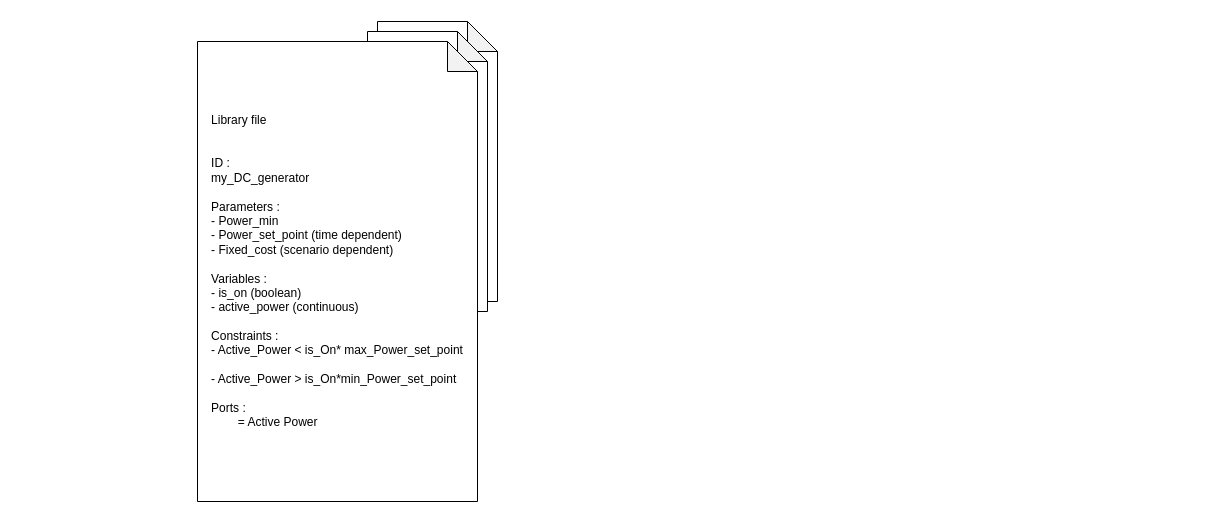
Before: doc/assets/6_architecture_scheme.drawio in AntaresSimulatorTeam/GEMS, a draw.io diagram. Source tidied: cells renumbered, new cells numbered last; positions are measured from the earlier drawing's top-left corner, leaving out a move shared by most shapes. Both pictures are drawn from the tidied source at 100%, with x=0, y=0 at pixel (197, 21).
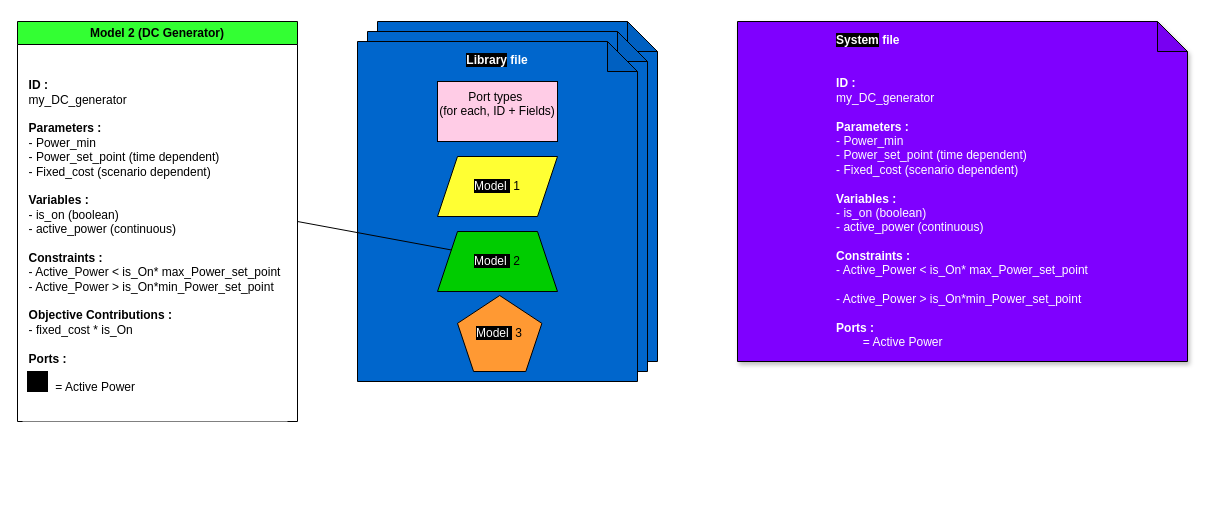
The same diagram, later.

Commit message:
edi architecture diagram

The edit, as a diff of the source:
```diff
@@
 <mxGraphModel>
   <root>
     <mxCell id="0" />
     <mxCell id="1" parent="0" />
-    <mxCell id="2" style="shape=note;whiteSpace=wrap;html=1;backgroundOutline=1;darkOpacity=0.05;" parent="1" vertex="1">
-      <mxGeometry x="180" width="120" height="280" as="geometry" />
+    <mxCell id="2" style="shape=note;whiteSpace=wrap;html=1;backgroundOutline=1;darkOpacity=0.05;fillColor=#0066CC;" parent="1" vertex="1">
+      <mxGeometry x="180" width="280" height="340" as="geometry" />
     </mxCell>
-    <mxCell id="3" style="shape=note;whiteSpace=wrap;html=1;backgroundOutline=1;darkOpacity=0.05;" parent="1" vertex="1">
-      <mxGeometry x="170" y="10" width="120" height="280" as="geometry" />
+    <mxCell id="3" style="shape=note;whiteSpace=wrap;html=1;backgroundOutline=1;darkOpacity=0.05;fillColor=#0066CC;" parent="1" vertex="1">
+      <mxGeometry x="170" y="10" width="280" height="340" as="geometry" />
     </mxCell>
-    <mxCell id="4" value="&lt;div style=&quot;text-align: left;&quot;&gt;&lt;span style=&quot;background-color: transparent; color: light-dark(rgb(0, 0, 0), rgb(255, 255, 255));&quot;&gt;Library file&amp;nbsp; &amp;nbsp;&amp;nbsp;&lt;/span&gt;&lt;/div&gt;&lt;div style=&quot;text-align: left;&quot;&gt;&lt;br&gt;&lt;/div&gt;&lt;div style=&quot;text-align: left;&quot;&gt;&lt;br&gt;&lt;/div&gt;&lt;div style=&quot;text-align: left;&quot;&gt;ID :&lt;/div&gt;&lt;div style=&quot;text-align: left;&quot;&gt;my_DC_generator&lt;/div&gt;&lt;div style=&quot;text-align: left;&quot;&gt;&lt;br&gt;&lt;/div&gt;&lt;div style=&quot;text-align: left;&quot;&gt;Parameters :&lt;/div&gt;&lt;div style=&quot;text-align: left;&quot;&gt;- Power_min&lt;/div&gt;&lt;div style=&quot;text-align: left;&quot;&gt;- Power_set_point (time dependent)&lt;/div&gt;&lt;div style=&quot;text-align: left;&quot;&gt;- Fixed_cost (scenario dependent)&lt;/div&gt;&lt;div style=&quot;text-align: left;&quot;&gt;&lt;br&gt;&lt;/div&gt;&lt;div style=&quot;text-align: left;&quot;&gt;Variables :&lt;/div&gt;&lt;div style=&quot;text-align: left;&quot;&gt;- is_on (boolean)&lt;/div&gt;&lt;div style=&quot;text-align: left;&quot;&gt;- active_power (continuous)&lt;/div&gt;&lt;div style=&quot;text-align: left;&quot;&gt;&lt;br&gt;&lt;/div&gt;&lt;div style=&quot;text-align: left;&quot;&gt;Constraints :&lt;/div&gt;&lt;div style=&quot;text-align: left;&quot;&gt;&lt;div&gt;- Active_Power &amp;lt; is_On* max_Power_set_point&lt;/div&gt;&lt;div&gt;&lt;br&gt;&lt;/div&gt;&lt;div&gt;- Active_Power &amp;gt; is_On*min_Power_set_point&lt;/div&gt;&lt;div&gt;&lt;br&gt;&lt;/div&gt;&lt;div&gt;Ports :&lt;/div&gt;&lt;div&gt;&lt;span style=&quot;white-space: pre;&quot;&gt;&#9;&lt;/span&gt;= Active Power&lt;br&gt;&lt;/div&gt;&lt;/div&gt;" style="shape=note;whiteSpace=wrap;html=1;backgroundOutline=1;darkOpacity=0.05;" parent="1" vertex="1">
-      <mxGeometry y="20" width="280" height="460" as="geometry" />
+    <mxCell id="4" value="&lt;div style=&quot;&quot;&gt;&lt;font style=&quot;color: rgb(255, 255, 255);&quot;&gt;&lt;b style=&quot;&quot;&gt;&lt;span style=&quot;background-color: rgb(0, 0, 0);&quot;&gt;&lt;font style=&quot;&quot;&gt;Library&lt;/font&gt;&lt;/span&gt;&lt;font style=&quot;&quot;&gt; file&lt;/font&gt;&lt;/b&gt;&lt;/font&gt;&lt;/div&gt;&lt;div style=&quot;&quot;&gt;&lt;font style=&quot;color: rgb(255, 255, 255);&quot;&gt;&lt;b style=&quot;&quot;&gt;&lt;font style=&quot;&quot;&gt;&lt;br&gt;&lt;/font&gt;&lt;/b&gt;&lt;/font&gt;&lt;/div&gt;&lt;div style=&quot;&quot;&gt;&lt;font style=&quot;color: rgb(255, 255, 255);&quot;&gt;&lt;b style=&quot;&quot;&gt;&lt;font style=&quot;&quot;&gt;&lt;br&gt;&lt;/font&gt;&lt;/b&gt;&lt;/font&gt;&lt;/div&gt;&lt;div style=&quot;&quot;&gt;&lt;font style=&quot;color: rgb(255, 255, 255);&quot;&gt;&lt;b style=&quot;&quot;&gt;&lt;font style=&quot;&quot;&gt;&lt;br&gt;&lt;/font&gt;&lt;/b&gt;&lt;/font&gt;&lt;/div&gt;&lt;div style=&quot;&quot;&gt;&lt;font style=&quot;color: rgb(255, 255, 255);&quot;&gt;&lt;b style=&quot;&quot;&gt;&lt;font style=&quot;&quot;&gt;&lt;br&gt;&lt;/font&gt;&lt;/b&gt;&lt;/font&gt;&lt;/div&gt;&lt;div style=&quot;&quot;&gt;&lt;font style=&quot;color: rgb(255, 255, 255);&quot;&gt;&lt;b style=&quot;&quot;&gt;&lt;font style=&quot;&quot;&gt;&lt;br&gt;&lt;/font&gt;&lt;/b&gt;&lt;/font&gt;&lt;/div&gt;&lt;div style=&quot;&quot;&gt;&lt;font style=&quot;color: rgb(255, 255, 255);&quot;&gt;&lt;b style=&quot;&quot;&gt;&lt;font style=&quot;&quot;&gt;&lt;br&gt;&lt;/font&gt;&lt;/b&gt;&lt;/font&gt;&lt;/div&gt;&lt;div style=&quot;&quot;&gt;&lt;font style=&quot;color: rgb(255, 255, 255);&quot;&gt;&lt;b style=&quot;&quot;&gt;&lt;font style=&quot;&quot;&gt;&lt;br&gt;&lt;/font&gt;&lt;/b&gt;&lt;/font&gt;&lt;/div&gt;&lt;div style=&quot;&quot;&gt;&lt;font style=&quot;color: rgb(255, 255, 255);&quot;&gt;&lt;b style=&quot;&quot;&gt;&lt;font style=&quot;&quot;&gt;&lt;br&gt;&lt;/font&gt;&lt;/b&gt;&lt;/font&gt;&lt;/div&gt;&lt;div style=&quot;&quot;&gt;&lt;font style=&quot;color: rgb(255, 255, 255);&quot;&gt;&lt;b style=&quot;&quot;&gt;&lt;font style=&quot;&quot;&gt;&lt;br&gt;&lt;/font&gt;&lt;/b&gt;&lt;/font&gt;&lt;/div&gt;&lt;div style=&quot;&quot;&gt;&lt;font style=&quot;color: rgb(255, 255, 255);&quot;&gt;&lt;b style=&quot;&quot;&gt;&lt;font style=&quot;&quot;&gt;&lt;br&gt;&lt;/font&gt;&lt;/b&gt;&lt;/font&gt;&lt;/div&gt;&lt;div style=&quot;&quot;&gt;&lt;font style=&quot;color: rgb(255, 255, 255);&quot;&gt;&lt;b style=&quot;&quot;&gt;&lt;font style=&quot;&quot;&gt;&lt;br&gt;&lt;/font&gt;&lt;/b&gt;&lt;/font&gt;&lt;/div&gt;&lt;div style=&quot;&quot;&gt;&lt;font style=&quot;color: rgb(255, 255, 255);&quot;&gt;&lt;b style=&quot;&quot;&gt;&lt;font style=&quot;&quot;&gt;&lt;br&gt;&lt;/font&gt;&lt;/b&gt;&lt;/font&gt;&lt;/div&gt;&lt;div style=&quot;&quot;&gt;&lt;font style=&quot;color: rgb(255, 255, 255);&quot;&gt;&lt;b style=&quot;&quot;&gt;&lt;font style=&quot;&quot;&gt;&lt;br&gt;&lt;/font&gt;&lt;/b&gt;&lt;/font&gt;&lt;/div&gt;&lt;div style=&quot;&quot;&gt;&lt;font style=&quot;color: rgb(255, 255, 255);&quot;&gt;&lt;b style=&quot;&quot;&gt;&lt;font style=&quot;&quot;&gt;&lt;br&gt;&lt;/font&gt;&lt;/b&gt;&lt;/font&gt;&lt;/div&gt;&lt;div style=&quot;&quot;&gt;&lt;font style=&quot;color: rgb(255, 255, 255);&quot;&gt;&lt;b style=&quot;&quot;&gt;&lt;font style=&quot;&quot;&gt;&lt;br&gt;&lt;/font&gt;&lt;/b&gt;&lt;/font&gt;&lt;/div&gt;&lt;div style=&quot;&quot;&gt;&lt;font style=&quot;color: rgb(255, 255, 255);&quot;&gt;&lt;b style=&quot;&quot;&gt;&lt;font style=&quot;&quot;&gt;&lt;br&gt;&lt;/font&gt;&lt;/b&gt;&lt;/font&gt;&lt;/div&gt;&lt;div style=&quot;&quot;&gt;&lt;font style=&quot;color: rgb(255, 255, 255);&quot;&gt;&lt;b style=&quot;&quot;&gt;&lt;font style=&quot;&quot;&gt;&lt;br&gt;&lt;/font&gt;&lt;/b&gt;&lt;/font&gt;&lt;/div&gt;&lt;div style=&quot;&quot;&gt;&lt;font style=&quot;color: rgb(255, 255, 255);&quot;&gt;&lt;b style=&quot;&quot;&gt;&lt;font style=&quot;&quot;&gt;&lt;br&gt;&lt;/font&gt;&lt;/b&gt;&lt;/font&gt;&lt;/div&gt;&lt;div style=&quot;&quot;&gt;&lt;font style=&quot;color: rgb(255, 255, 255);&quot;&gt;&lt;b style=&quot;&quot;&gt;&lt;font style=&quot;&quot;&gt;&lt;br&gt;&lt;/font&gt;&lt;/b&gt;&lt;/font&gt;&lt;/div&gt;&lt;div style=&quot;&quot;&gt;&lt;font style=&quot;color: rgb(255, 255, 255);&quot;&gt;&lt;b style=&quot;&quot;&gt;&lt;font style=&quot;&quot;&gt;&lt;br&gt;&lt;/font&gt;&lt;/b&gt;&lt;/font&gt;&lt;/div&gt;&lt;div style=&quot;&quot;&gt;&lt;font style=&quot;color: rgb(255, 255, 255);&quot;&gt;&lt;b style=&quot;&quot;&gt;&lt;font style=&quot;&quot;&gt;&lt;br&gt;&lt;/font&gt;&lt;/b&gt;&lt;/font&gt;&lt;/div&gt;" style="shape=note;whiteSpace=wrap;html=1;backgroundOutline=1;darkOpacity=0.05;fillColor=#0066CC;align=center;" parent="1" vertex="1">
+      <mxGeometry x="160" y="20" width="280" height="340" as="geometry" />
     </mxCell>
+    <mxCell id="5" value="&lt;div style=&quot;text-align: left;&quot;&gt;&lt;font style=&quot;color: rgb(255, 255, 255);&quot;&gt;&lt;b style=&quot;&quot;&gt;&lt;span style=&quot;background-color: rgb(0, 0, 0);&quot;&gt;&lt;font style=&quot;&quot;&gt;System&lt;/font&gt;&lt;/span&gt;&lt;font style=&quot;&quot;&gt; file&amp;nbsp; &amp;nbsp;&lt;/font&gt;&lt;/b&gt;&lt;font style=&quot;&quot;&gt;&amp;nbsp;&lt;/font&gt;&lt;/font&gt;&lt;/div&gt;&lt;div style=&quot;text-align: left;&quot;&gt;&lt;font style=&quot;color: rgb(255, 255, 255);&quot;&gt;&lt;br&gt;&lt;/font&gt;&lt;/div&gt;&lt;div style=&quot;text-align: left;&quot;&gt;&lt;font style=&quot;color: rgb(255, 255, 255);&quot;&gt;&lt;br&gt;&lt;/font&gt;&lt;/div&gt;&lt;div style=&quot;text-align: left;&quot;&gt;&lt;b&gt;&lt;font style=&quot;color: rgb(255, 255, 255);&quot;&gt;ID :&lt;/font&gt;&lt;/b&gt;&lt;/div&gt;&lt;div style=&quot;text-align: left;&quot;&gt;&lt;font style=&quot;color: rgb(255, 255, 255);&quot;&gt;my_DC_generator&lt;/font&gt;&lt;/div&gt;&lt;div style=&quot;text-align: left;&quot;&gt;&lt;font style=&quot;color: rgb(255, 255, 255);&quot;&gt;&lt;br&gt;&lt;/font&gt;&lt;/div&gt;&lt;div style=&quot;text-align: left;&quot;&gt;&lt;b&gt;&lt;font style=&quot;color: rgb(255, 255, 255);&quot;&gt;Parameters :&lt;/font&gt;&lt;/b&gt;&lt;/div&gt;&lt;div style=&quot;text-align: left;&quot;&gt;&lt;font style=&quot;color: rgb(255, 255, 255);&quot;&gt;- Power_min&lt;/font&gt;&lt;/div&gt;&lt;div style=&quot;text-align: left;&quot;&gt;&lt;font style=&quot;color: rgb(255, 255, 255);&quot;&gt;- Power_set_point (time dependent)&lt;/font&gt;&lt;/div&gt;&lt;div style=&quot;text-align: left;&quot;&gt;&lt;font style=&quot;color: rgb(255, 255, 255);&quot;&gt;- Fixed_cost (scenario dependent)&lt;/font&gt;&lt;/div&gt;&lt;div style=&quot;text-align: left;&quot;&gt;&lt;font style=&quot;color: rgb(255, 255, 255);&quot;&gt;&lt;br&gt;&lt;/font&gt;&lt;/div&gt;&lt;div style=&quot;text-align: left;&quot;&gt;&lt;b&gt;&lt;font style=&quot;color: rgb(255, 255, 255);&quot;&gt;Variables :&lt;/font&gt;&lt;/b&gt;&lt;/div&gt;&lt;div style=&quot;text-align: left;&quot;&gt;&lt;font style=&quot;color: rgb(255, 255, 255);&quot;&gt;- is_on (boolean)&lt;/font&gt;&lt;/div&gt;&lt;div style=&quot;text-align: left;&quot;&gt;&lt;font style=&quot;color: rgb(255, 255, 255);&quot;&gt;- active_power (continuous)&lt;/font&gt;&lt;/div&gt;&lt;div style=&quot;text-align: left;&quot;&gt;&lt;font style=&quot;color: rgb(255, 255, 255);&quot;&gt;&lt;br&gt;&lt;/font&gt;&lt;/div&gt;&lt;div style=&quot;text-align: left;&quot;&gt;&lt;b&gt;&lt;font style=&quot;color: rgb(255, 255, 255);&quot;&gt;Constraints :&lt;/font&gt;&lt;/b&gt;&lt;/div&gt;&lt;div style=&quot;text-align: left;&quot;&gt;&lt;div&gt;&lt;font style=&quot;color: rgb(255, 255, 255);&quot;&gt;- Active_Power &amp;lt; is_On* max_Power_set_point&lt;/font&gt;&lt;/div&gt;&lt;div&gt;&lt;font style=&quot;color: rgb(255, 255, 255);&quot;&gt;&lt;br&gt;&lt;/font&gt;&lt;/div&gt;&lt;div&gt;&lt;font style=&quot;color: rgb(255, 255, 255);&quot;&gt;- Active_Power &amp;gt; is_On*min_Power_set_point&lt;/font&gt;&lt;/div&gt;&lt;div&gt;&lt;font style=&quot;color: rgb(255, 255, 255);&quot;&gt;&lt;br&gt;&lt;/font&gt;&lt;/div&gt;&lt;div&gt;&lt;b&gt;&lt;font style=&quot;color: rgb(255, 255, 255);&quot;&gt;Ports :&lt;/font&gt;&lt;/b&gt;&lt;/div&gt;&lt;div&gt;&lt;font style=&quot;color: rgb(255, 255, 255);&quot;&gt;&lt;span style=&quot;white-space: pre;&quot;&gt;&#9;&lt;/span&gt;= Active Power&lt;/font&gt;&lt;br&gt;&lt;/div&gt;&lt;/div&gt;" style="shape=note;whiteSpace=wrap;html=1;backgroundOutline=1;darkOpacity=0.05;fillColor=#7F00FF;shadow=1;" parent="1" vertex="1">
+      <mxGeometry x="540" width="450" height="340" as="geometry" />
+    </mxCell>
+    <mxCell id="6" value="Model 2 (DC Generator)" style="swimlane;whiteSpace=wrap;html=1;fillColor=#33FF33;" parent="1" vertex="1">
+      <mxGeometry x="-180" width="280" height="400" as="geometry" />
+    </mxCell>
+    <mxCell id="7" value="&lt;div style=&quot;text-align: left;&quot;&gt;&lt;b style=&quot;background-color: transparent; color: light-dark(rgb(0, 0, 0), rgb(255, 255, 255));&quot;&gt;&lt;font style=&quot;color: rgb(0, 0, 0);&quot;&gt;ID :&lt;/font&gt;&lt;/b&gt;&lt;/div&gt;&lt;div style=&quot;text-align: left;&quot;&gt;&lt;font style=&quot;color: rgb(0, 0, 0);&quot;&gt;my_DC_generator&lt;/font&gt;&lt;/div&gt;&lt;div style=&quot;text-align: left;&quot;&gt;&lt;font style=&quot;color: rgb(0, 0, 0);&quot;&gt;&lt;br&gt;&lt;/font&gt;&lt;/div&gt;&lt;div style=&quot;text-align: left;&quot;&gt;&lt;b&gt;&lt;font style=&quot;color: rgb(0, 0, 0);&quot;&gt;Parameters :&lt;/font&gt;&lt;/b&gt;&lt;/div&gt;&lt;div style=&quot;text-align: left;&quot;&gt;&lt;font style=&quot;color: rgb(0, 0, 0);&quot;&gt;- Power_min&lt;/font&gt;&lt;/div&gt;&lt;div style=&quot;text-align: left;&quot;&gt;&lt;font style=&quot;color: rgb(0, 0, 0);&quot;&gt;- Power_set_point (time dependent)&lt;/font&gt;&lt;/div&gt;&lt;div style=&quot;text-align: left;&quot;&gt;&lt;font style=&quot;color: rgb(0, 0, 0);&quot;&gt;- Fixed_cost (scenario dependent)&lt;/font&gt;&lt;/div&gt;&lt;div style=&quot;text-align: left;&quot;&gt;&lt;font style=&quot;color: rgb(0, 0, 0);&quot;&gt;&lt;br&gt;&lt;/font&gt;&lt;/div&gt;&lt;div style=&quot;text-align: left;&quot;&gt;&lt;b&gt;&lt;font style=&quot;color: rgb(0, 0, 0);&quot;&gt;Variables :&lt;/font&gt;&lt;/b&gt;&lt;/div&gt;&lt;div style=&quot;text-align: left;&quot;&gt;&lt;font style=&quot;color: rgb(0, 0, 0);&quot;&gt;- is_on (boolean)&lt;/font&gt;&lt;/div&gt;&lt;div style=&quot;text-align: left;&quot;&gt;&lt;font style=&quot;color: rgb(0, 0, 0);&quot;&gt;- active_power (continuous)&lt;/font&gt;&lt;/div&gt;&lt;div style=&quot;text-align: left;&quot;&gt;&lt;font style=&quot;color: rgb(0, 0, 0);&quot;&gt;&lt;br&gt;&lt;/font&gt;&lt;/div&gt;&lt;div style=&quot;text-align: left;&quot;&gt;&lt;b&gt;&lt;font style=&quot;color: rgb(0, 0, 0);&quot;&gt;Constraints :&lt;/font&gt;&lt;/b&gt;&lt;/div&gt;&lt;div style=&quot;text-align: left;&quot;&gt;&lt;div&gt;&lt;font style=&quot;color: rgb(0, 0, 0);&quot;&gt;- Active_Power &amp;lt; is_On* max_Power_set_point&lt;/font&gt;&lt;/div&gt;&lt;div&gt;&lt;span style=&quot;background-color: transparent;&quot;&gt;- Active_Power &amp;gt; is_On*min_Power_set_point&lt;/span&gt;&lt;/div&gt;&lt;div&gt;&lt;font style=&quot;color: rgb(0, 0, 0);&quot;&gt;&lt;br&gt;&lt;/font&gt;&lt;/div&gt;&lt;div&gt;&lt;font style=&quot;color: rgb(0, 0, 0);&quot;&gt;&lt;b&gt;Objective Contributions :&lt;/b&gt;&lt;/font&gt;&lt;/div&gt;&lt;div&gt;- fixed_cost * is_On&lt;/div&gt;&lt;div&gt;&lt;font style=&quot;color: rgb(0, 0, 0);&quot;&gt;&lt;br&gt;&lt;/font&gt;&lt;/div&gt;&lt;div&gt;&lt;b&gt;&lt;font style=&quot;color: rgb(0, 0, 0);&quot;&gt;Ports :&lt;/font&gt;&lt;/b&gt;&lt;/div&gt;&lt;div&gt;&lt;b&gt;&lt;font style=&quot;color: rgb(0, 0, 0);&quot;&gt;&lt;br&gt;&lt;/font&gt;&lt;/b&gt;&lt;/div&gt;&lt;div&gt;&lt;span style=&quot;background-color: transparent; white-space: pre;&quot;&gt;&#9;&lt;/span&gt;&lt;span style=&quot;background-color: transparent;&quot;&gt;= Active Power&lt;/span&gt;&lt;/div&gt;&lt;/div&gt;" style="text;html=1;whiteSpace=wrap;strokeColor=none;fillColor=#FFFFFF;align=center;verticalAlign=middle;rounded=0;" parent="6" vertex="1">
+      <mxGeometry x="5" y="30" width="265" height="370" as="geometry" />
+    </mxCell>
+    <mxCell id="8" style="whiteSpace=wrap;html=1;fillColor=#000000;" parent="6" vertex="1">
+      <mxGeometry x="10" y="350" width="20" height="20" as="geometry" />
+    </mxCell>
+    <mxCell id="9" value="Port types&amp;nbsp;&lt;div&gt;(for each, ID + Fields)&lt;/div&gt;&lt;div&gt;&lt;br&gt;&lt;/div&gt;" style="rounded=0;whiteSpace=wrap;html=1;fillColor=#FFCCE6;" parent="1" vertex="1">
+      <mxGeometry x="240" y="60" width="120" height="60" as="geometry" />
+    </mxCell>
+    <mxCell id="10" value="&lt;span style=&quot;background-color: rgb(0, 0, 0);&quot;&gt;&lt;font style=&quot;color: rgb(255, 255, 255);&quot;&gt;Model&amp;nbsp;&lt;/font&gt;&lt;/span&gt; 1" style="shape=parallelogram;perimeter=parallelogramPerimeter;whiteSpace=wrap;html=1;fixedSize=1;fillColor=#FFFF33;" parent="1" vertex="1">
+      <mxGeometry x="240" y="135" width="120" height="60" as="geometry" />
+    </mxCell>
+    <mxCell id="11" value="&lt;span style=&quot;background-color: rgb(0, 0, 0);&quot;&gt;&lt;font style=&quot;color: rgb(255, 255, 255);&quot;&gt;Model&amp;nbsp;&lt;/font&gt;&lt;/span&gt;&amp;nbsp;3" style="whiteSpace=wrap;html=1;shape=mxgraph.basic.pentagon;fillColor=#FF9933;" parent="1" vertex="1">
+      <mxGeometry x="260" y="274" width="84.4" height="76" as="geometry" />
+    </mxCell>
+    <mxCell id="12" value="&lt;span style=&quot;background-color: rgb(0, 0, 0);&quot;&gt;&lt;font style=&quot;color: rgb(255, 255, 255);&quot;&gt;Model&amp;nbsp;&lt;/font&gt;&lt;/span&gt;&amp;nbsp;2" style="shape=trapezoid;perimeter=trapezoidPerimeter;whiteSpace=wrap;html=1;fixedSize=1;fillColor=#00CC00;" parent="1" vertex="1">
+      <mxGeometry x="240" y="210" width="120" height="60" as="geometry" />
+    </mxCell>
+    <mxCell id="13" style="endArrow=none;html=1;rounded=0;entryX=0;entryY=0.25;entryDx=0;entryDy=0;exitX=1;exitY=0.5;exitDx=0;exitDy=0;" parent="1" edge="1" source="6" target="12">
+      <mxGeometry relative="1" as="geometry" />
+    </mxCell>
   </root>
 </mxGraphModel>
```
